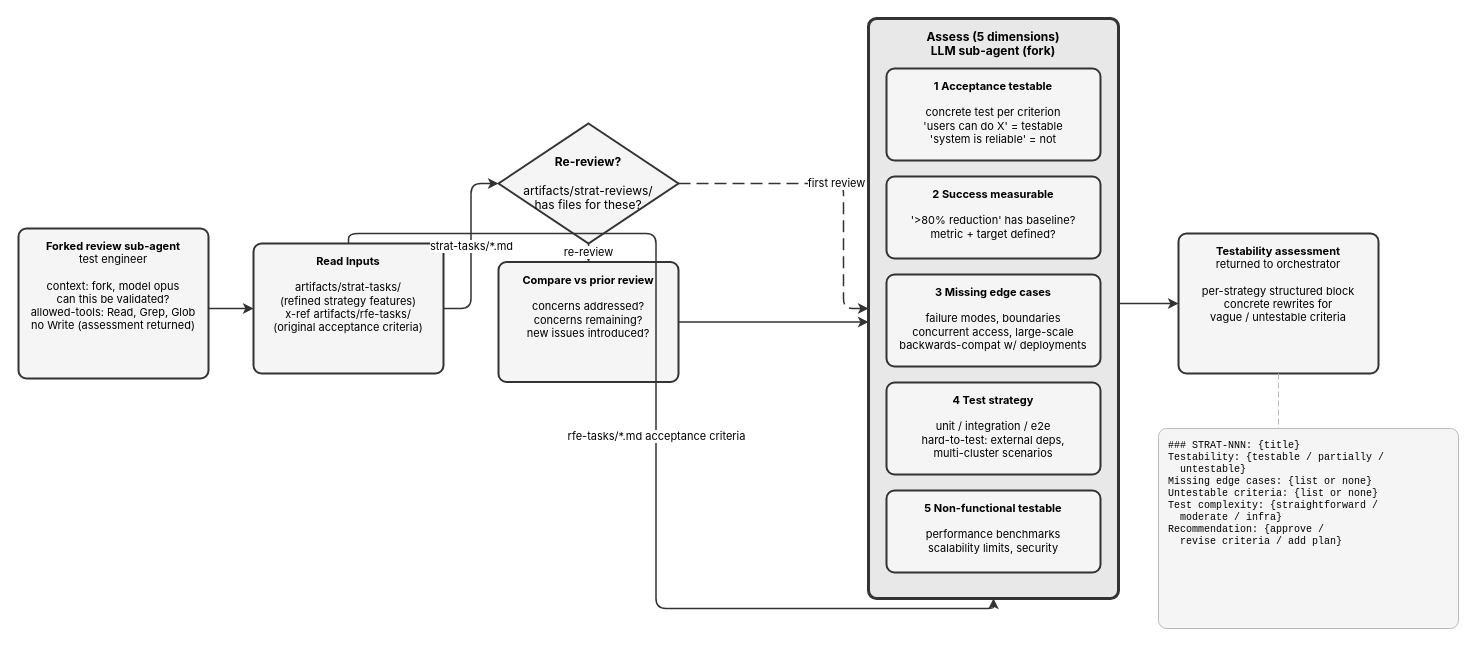
Above: site/docs/plugins/rfe-creator/testability-review.drawio in fege/skills-registry (draw.io), before the change. Source tidied: cells renumbered, new cells numbered last; positions are measured from the earlier drawing's top-left corner, leaving out a move shared by most shapes. Both pictures are drawn from the tidied source at 100%, with x=0, y=0 at pixel (18, 18).
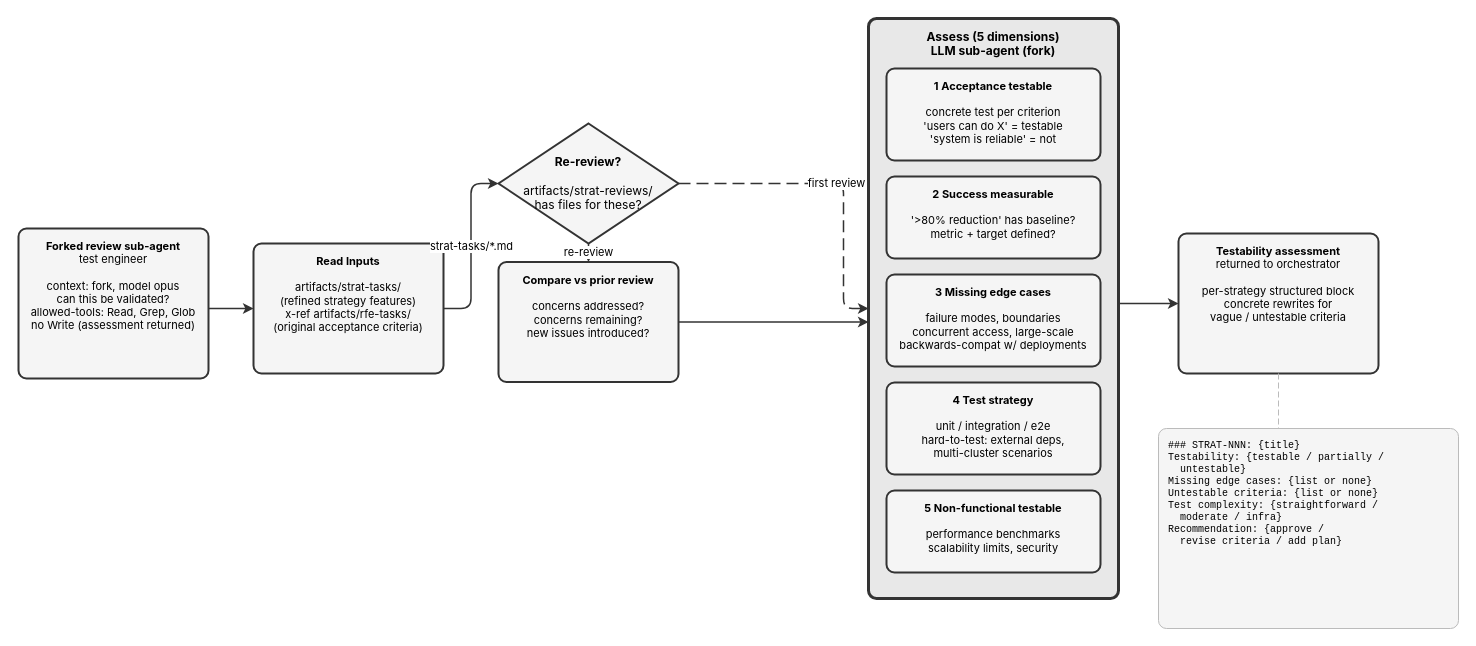
The same page after the edit.

The change refers to these unchanged cells:
```xml
<mxCell id="3" value="&lt;b&gt;Read Inputs&lt;/b&gt;&lt;br&gt;&lt;br&gt;artifacts/strat-tasks/&lt;br&gt;(refined strategy features)&lt;br&gt;x-ref artifacts/rfe-tasks/&lt;br&gt;(original acceptance criteria)" style="rounded=1;whiteSpace=wrap;html=1;fillColor=#f5f5f5;strokeColor=#333333;strokeWidth=2;verticalAlign=top;spacingTop=5;fontSize=11;fontFamily=Inter,Helvetica,Arial,sans-serif;arcSize=16;absoluteArcSize=1;" parent="1" vertex="1">
  <mxGeometry x="235" y="225" width="190" height="130" as="geometry" />
</mxCell>
<mxCell id="6" value="&lt;b&gt;Assess (5 dimensions)&lt;/b&gt;&lt;br&gt;LLM sub-agent (fork)" style="rounded=1;whiteSpace=wrap;html=1;fillColor=#e8e8e8;strokeColor=#333333;strokeWidth=3;verticalAlign=top;spacingTop=5;fontSize=12;fontStyle=1;fontFamily=Inter,Helvetica,Arial,sans-serif;double=1;arcSize=16;absoluteArcSize=1;" parent="1" vertex="1">
  <mxGeometry x="850" width="250" height="580" as="geometry" />
</mxCell>
```

Change to the diagram source:
```diff
@@
-    <mxCell id="16" value="rfe-tasks/*.md acceptance criteria" style="edgeStyle=orthogonalEdgeStyle;rounded=1;strokeColor=#333333;strokeWidth=1.5;html=1;fontFamily=Inter,Helvetica,Arial,sans-serif;exitX=0.5;exitY=0.0;exitDx=0;exitDy=0;entryX=0.5;entryY=1.0;entryDx=0;entryDy=0;" parent="1" edge="1" source="3" target="6">
-      <mxGeometry relative="1" as="geometry" />
-    </mxCell>
```
